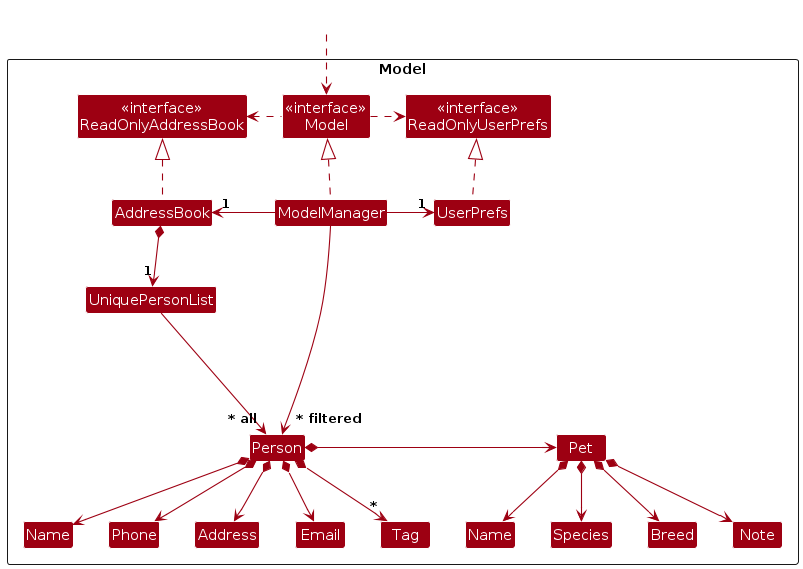
xiuxikwey/tp keeps this PlantUML diagram as diagrams/ModelClassDiagram.png. Above is the earlier version. Its source is kept beside it as diagrams/ModelClassDiagram.puml. Source of this version:
```plantuml
@startuml
!include style.puml
skinparam arrowThickness 1.1
skinparam arrowColor MODEL_COLOR
skinparam classBackgroundColor MODEL_COLOR

Package Model as ModelPackage <<Rectangle>>{
Class "<<interface>>\nReadOnlyAddressBook" as ReadOnlyAddressBook
Class "<<interface>>\nReadOnlyUserPrefs" as ReadOnlyUserPrefs
Class "<<interface>>\nModel" as Model
Class AddressBook
Class ModelManager
Class UserPrefs

Class UniquePersonList
Class Person
Class Address
Class Email
Class Name
Class Phone
Class Tag
Class Pet
Class "Name" as PetName
Class Species
Class Breed
Class Note

Class I #FFFFFF
}

Class HiddenOutside #FFFFFF
HiddenOutside ..> Model

AddressBook .up.|> ReadOnlyAddressBook

ModelManager .up.|> Model
Model .right.> ReadOnlyUserPrefs
Model .left.> ReadOnlyAddressBook
ModelManager -left-> "1" AddressBook
ModelManager -right-> "1" UserPrefs
UserPrefs .up.|> ReadOnlyUserPrefs

AddressBook *--> "1" UniquePersonList
UniquePersonList --> "~* all" Person
Person *--> Name
Person *--> Phone
Person *--> Email
Person *--> Address
Person *--> "*" Tag
Person *-> Pet

Pet *--> PetName
Pet *--> Species
Pet *--> Breed
Pet *--> Note

ModelManager --> "~* filtered" Person
Person -[hidden]up--> I
UniquePersonList -[hidden]right-> I

Name -[hidden]right-> Phone
Phone -[hidden]right-> Address
Address -[hidden]right-> Email
Email -[hidden]right-> Tag

PetName -[hidden]right-> Species
Species -[hidden]right-> Breed
Breed -[hidden]right-> Note

@enduml
```
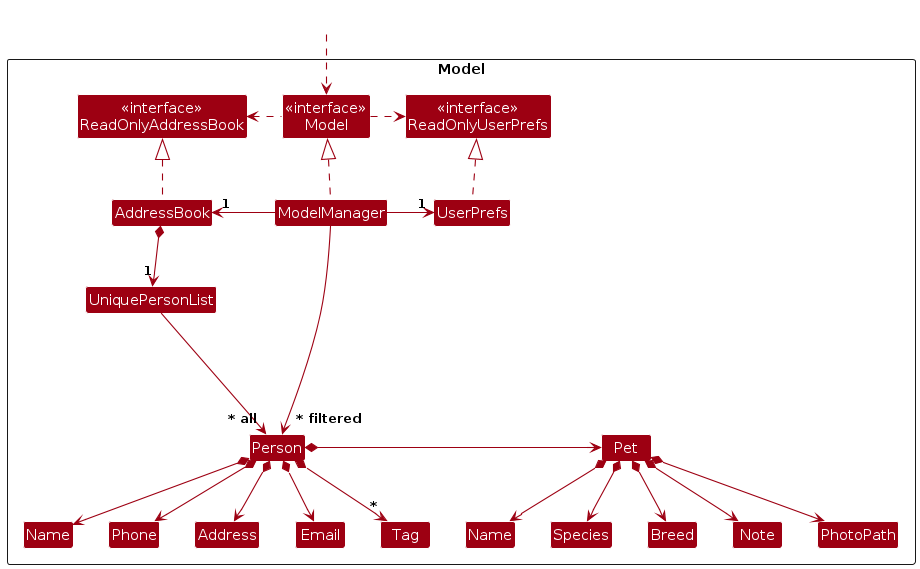
After the change.

Change to the diagram source:
```diff
@@ -5,27 +5,28 @@
 skinparam classBackgroundColor MODEL_COLOR
 
 Package Model as ModelPackage <<Rectangle>>{
-Class "<<interface>>\nReadOnlyAddressBook" as ReadOnlyAddressBook
-Class "<<interface>>\nReadOnlyUserPrefs" as ReadOnlyUserPrefs
-Class "<<interface>>\nModel" as Model
-Class AddressBook
-Class ModelManager
-Class UserPrefs
+    Class "<<interface>>\nReadOnlyAddressBook" as ReadOnlyAddressBook
+    Class "<<interface>>\nReadOnlyUserPrefs" as ReadOnlyUserPrefs
+    Class "<<interface>>\nModel" as Model
+    Class AddressBook
+    Class ModelManager
+    Class UserPrefs
 
-Class UniquePersonList
-Class Person
-Class Address
-Class Email
-Class Name
-Class Phone
-Class Tag
-Class Pet
-Class "Name" as PetName
-Class Species
-Class Breed
-Class Note
+    Class UniquePersonList
+    Class Person
+    Class Address
+    Class Email
+    Class Name
+    Class Phone
+    Class Tag
+    Class Pet
+    Class "Name" as PetName
+    Class Species
+    Class Breed
+    Class Note
+    Class PhotoPath
 
-Class I #FFFFFF
+    Class I #FFFFFF
 }
 
 Class HiddenOutside #FFFFFF
@@ -53,6 +54,7 @@
 Pet *--> Species
 Pet *--> Breed
 Pet *--> Note
+Pet *--> PhotoPath
 
 ModelManager --> "~* filtered" Person
 Person -[hidden]up--> I
@@ -66,5 +68,6 @@
 PetName -[hidden]right-> Species
 Species -[hidden]right-> Breed
 Breed -[hidden]right-> Note
+Note -[hidden]right-> PhotoPath
 
 @enduml
```
